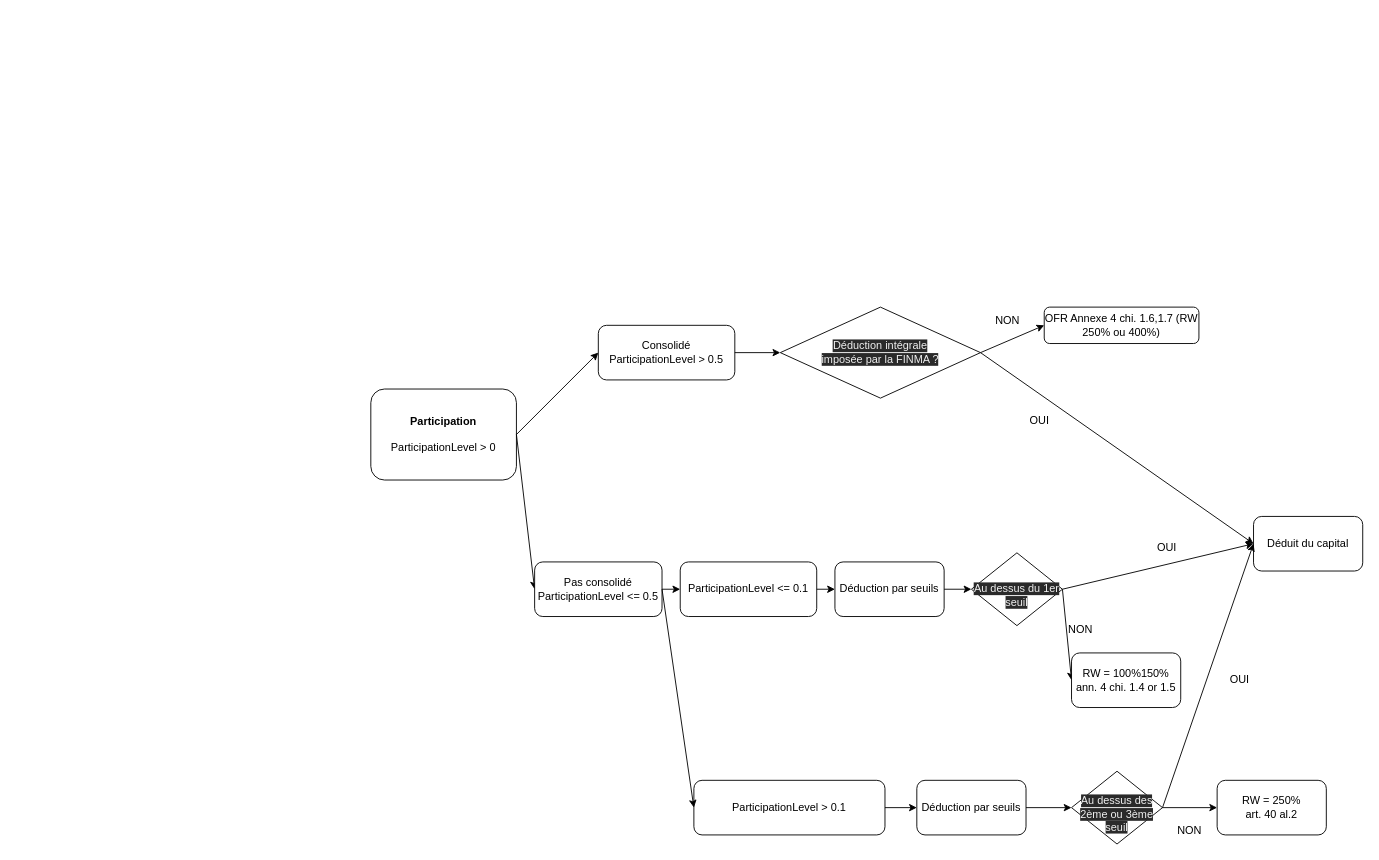
Earlier version of the draw.io diagram mkdocs/FunctionalDoc/diagrams/Participations.drawio (quadrum-solutions/quadrum-solutions.github.io). Source tidied: cells renumbered, new cells numbered last; positions are measured from the earlier drawing's top-left corner, leaving out a move shared by most shapes. Both pictures are drawn from the tidied source at 91%, with x=0, y=0 at pixel (370, 307).
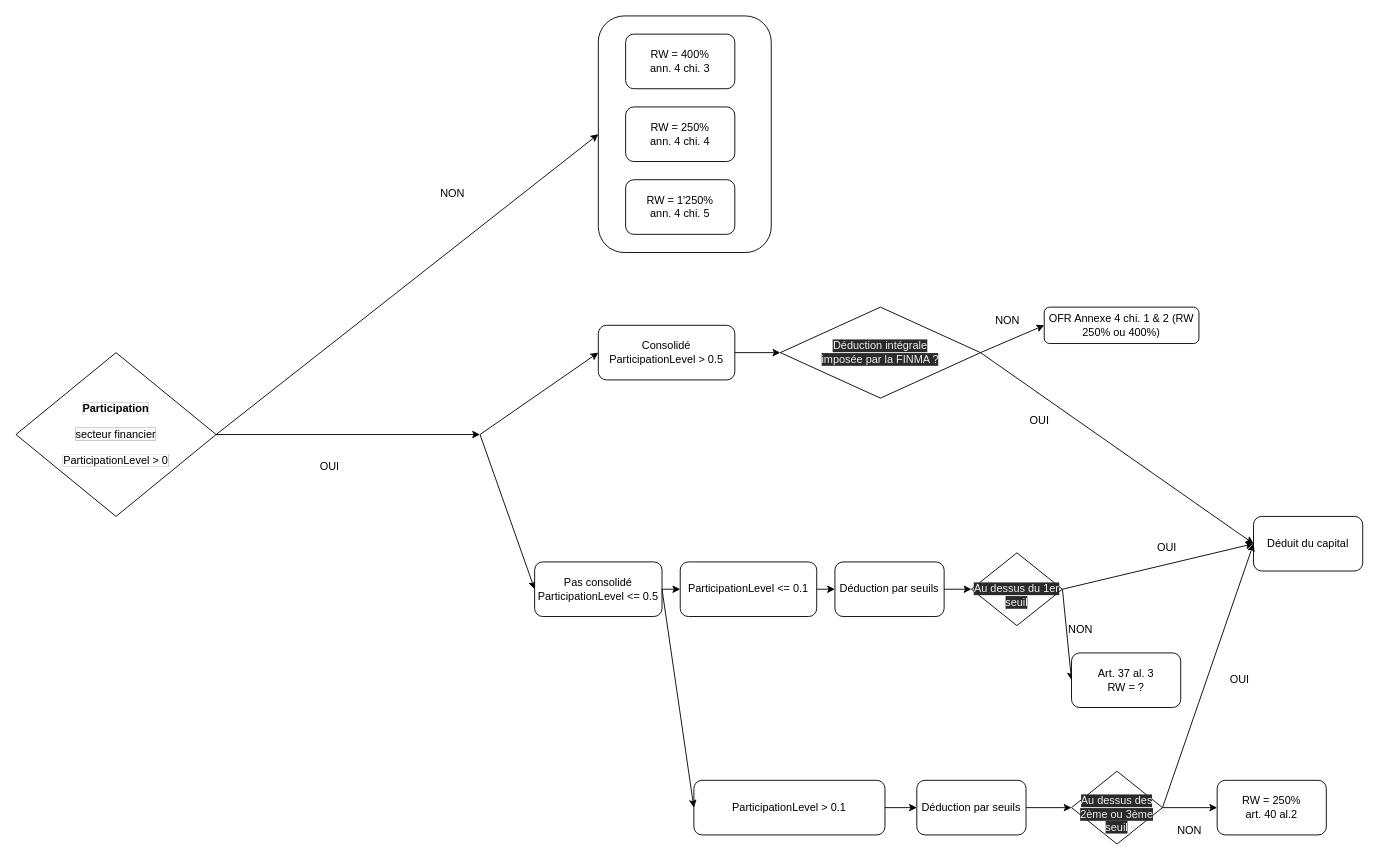
Above is the later version.

Unchanged cells that the change refers to:
```xml
<mxCell id="5" value="Consolidé&lt;div&gt;ParticipationLevel &amp;gt; 0.5&lt;br&gt;&lt;/div&gt;" style="rounded=1;whiteSpace=wrap;html=1;" parent="1" vertex="1">
  <mxGeometry x="250" y="20" width="150" height="60" as="geometry" />
</mxCell>
<mxCell id="6" value="Pas consolidé&lt;div&gt;ParticipationLevel &amp;lt;= 0.5&lt;br&gt;&lt;/div&gt;" style="rounded=1;whiteSpace=wrap;html=1;" parent="1" vertex="1">
  <mxGeometry x="180" y="280" width="140" height="60" as="geometry" />
</mxCell>
```

Change to the diagram source:
```diff
@@
-    <mxCell id="2" value="&lt;b&gt;Participation&lt;br&gt;&lt;/b&gt;&lt;br&gt;ParticipationLevel &amp;gt; 0" style="rounded=1;whiteSpace=wrap;html=1;" parent="1" vertex="1">
-      <mxGeometry y="90" width="160" height="100" as="geometry" />
-    </mxCell>
+    <mxCell id="37" style="rounded=1;whiteSpace=wrap;html=1;" parent="1" vertex="1">
+      <mxGeometry x="250" y="-320" width="190" height="260" as="geometry" />
+    </mxCell>
-    <mxCell id="3" style="endArrow=classic;html=1;rounded=0;exitX=1;exitY=0.5;exitDx=0;exitDy=0;entryX=0;entryY=0.5;entryDx=0;entryDy=0;" parent="1" edge="1" source="2" target="5">
-      <mxGeometry relative="1" as="geometry" />
+    <mxCell id="3" style="endArrow=classic;html=1;rounded=0;entryX=0;entryY=0.5;entryDx=0;entryDy=0;" parent="1" edge="1" target="5">
+      <mxGeometry relative="1" as="geometry">
+        <mxPoint x="120" y="140" as="sourcePoint" />
+      </mxGeometry>
     </mxCell>
-    <mxCell id="4" style="endArrow=classic;html=1;rounded=0;exitX=1;exitY=0.5;exitDx=0;exitDy=0;entryX=0;entryY=0.5;entryDx=0;entryDy=0;" parent="1" edge="1" source="2" target="6">
-      <mxGeometry relative="1" as="geometry" />
+    <mxCell id="4" style="endArrow=classic;html=1;rounded=0;entryX=0;entryY=0.5;entryDx=0;entryDy=0;" parent="1" edge="1" target="6">
+      <mxGeometry relative="1" as="geometry">
+        <mxPoint x="120" y="140" as="sourcePoint" />
+      </mxGeometry>
     </mxCell>
@@
-    <mxCell id="10" value="OFR Annexe 4 chi. 1.6,1.7 (RW 250% ou 400%)" style="rounded=1;whiteSpace=wrap;html=1;" parent="1" vertex="1">
+    <mxCell id="10" value="OFR Annexe 4 chi. 1 &amp;amp; 2 (RW 250% ou 400%)" style="rounded=1;whiteSpace=wrap;html=1;" parent="1" vertex="1">
       <mxGeometry x="740" width="170" height="40" as="geometry" />
     </mxCell>
@@
-    <mxCell id="22" value="&lt;div&gt;&lt;span style=&quot;background-color: initial;&quot;&gt;RW = 100%150%&lt;/span&gt;&lt;br&gt;&lt;/div&gt;&lt;div&gt;ann. 4 chi. 1.4 or 1.5&lt;/div&gt;" style="rounded=1;whiteSpace=wrap;html=1;" parent="1" vertex="1">
+    <mxCell id="22" value="&lt;div&gt;Art. 37 al. 3&lt;/div&gt;&lt;div&gt;RW = ?&lt;/div&gt;" style="rounded=1;whiteSpace=wrap;html=1;" parent="1" vertex="1">
       <mxGeometry x="770" y="380" width="120" height="60" as="geometry" />
     </mxCell>
@@
+    <mxCell id="38" style="endArrow=classic;html=1;rounded=0;exitX=1;exitY=0.5;exitDx=0;exitDy=0;" parent="1" edge="1" source="42">
+      <mxGeometry relative="1" as="geometry">
+        <mxPoint x="120" y="140" as="targetPoint" />
+      </mxGeometry>
+    </mxCell>
+    <mxCell id="39" value="RW = 250%&lt;br&gt;ann. 4 chi. 4" style="rounded=1;whiteSpace=wrap;html=1;" parent="1" vertex="1">
+      <mxGeometry x="280" y="-220" width="120" height="60" as="geometry" />
+    </mxCell>
+    <mxCell id="40" value="RW = 400%&lt;br&gt;ann. 4 chi. 3" style="rounded=1;whiteSpace=wrap;html=1;" parent="1" vertex="1">
+      <mxGeometry x="280" y="-300" width="120" height="60" as="geometry" />
+    </mxCell>
+    <mxCell id="41" value="RW = 1'250%&lt;br&gt;ann. 4 chi. 5" style="rounded=1;whiteSpace=wrap;html=1;" parent="1" vertex="1">
+      <mxGeometry x="280" y="-140" width="120" height="60" as="geometry" />
+    </mxCell>
+    <mxCell id="42" value="&lt;span style=&quot;color: rgb(240, 240, 240); font-family: Helvetica; font-size: 12px; font-style: normal; font-variant-ligatures: normal; font-variant-caps: normal; font-weight: 400; letter-spacing: normal; orphans: 2; text-align: center; text-indent: 0px; text-transform: none; widows: 2; word-spacing: 0px; -webkit-text-stroke-width: 0px; background-color: rgb(42, 42, 42); text-decoration-thickness: initial; text-decoration-style: initial; text-decoration-color: initial; float: none; display: inline !important;&quot;&gt;&lt;b style=&quot;color: rgb(0, 0, 0); background-color: rgb(251, 251, 251);&quot;&gt;Participation&lt;/b&gt;&lt;br style=&quot;color: rgb(0, 0, 0); background-color: rgb(251, 251, 251);&quot;&gt;&lt;br style=&quot;color: rgb(0, 0, 0); background-color: rgb(251, 251, 251);&quot;&gt;&lt;span style=&quot;color: rgb(0, 0, 0); background-color: rgb(251, 251, 251);&quot;&gt;secteur financier&lt;/span&gt;&lt;br style=&quot;color: rgb(0, 0, 0); background-color: rgb(251, 251, 251);&quot;&gt;&lt;br style=&quot;color: rgb(0, 0, 0); background-color: rgb(251, 251, 251);&quot;&gt;&lt;span style=&quot;color: rgb(0, 0, 0); background-color: rgb(251, 251, 251);&quot;&gt;ParticipationLevel &amp;gt; 0&lt;/span&gt;&lt;br&gt;&lt;/span&gt;" style="rhombus;whiteSpace=wrap;html=1;" parent="1" vertex="1">
+      <mxGeometry x="-390" y="50" width="220" height="180" as="geometry" />
+    </mxCell>
+    <mxCell id="43" value="OUI" style="text;html=1;strokeColor=none;fillColor=none;align=center;verticalAlign=middle;whiteSpace=wrap;rounded=0;" parent="1" vertex="1">
+      <mxGeometry x="-100" y="160" width="110" height="30" as="geometry" />
+    </mxCell>
+    <mxCell id="44" style="endArrow=classic;html=1;rounded=0;exitX=1;exitY=0.5;exitDx=0;exitDy=0;entryX=0;entryY=0.5;entryDx=0;entryDy=0;" parent="1" edge="1" source="42" target="37">
+      <mxGeometry relative="1" as="geometry" />
+    </mxCell>
+    <mxCell id="45" value="NON" style="text;html=1;strokeColor=none;fillColor=none;align=center;verticalAlign=middle;whiteSpace=wrap;rounded=0;" parent="1" vertex="1">
+      <mxGeometry x="60" y="-140" width="60" height="30" as="geometry" />
+    </mxCell>
```
